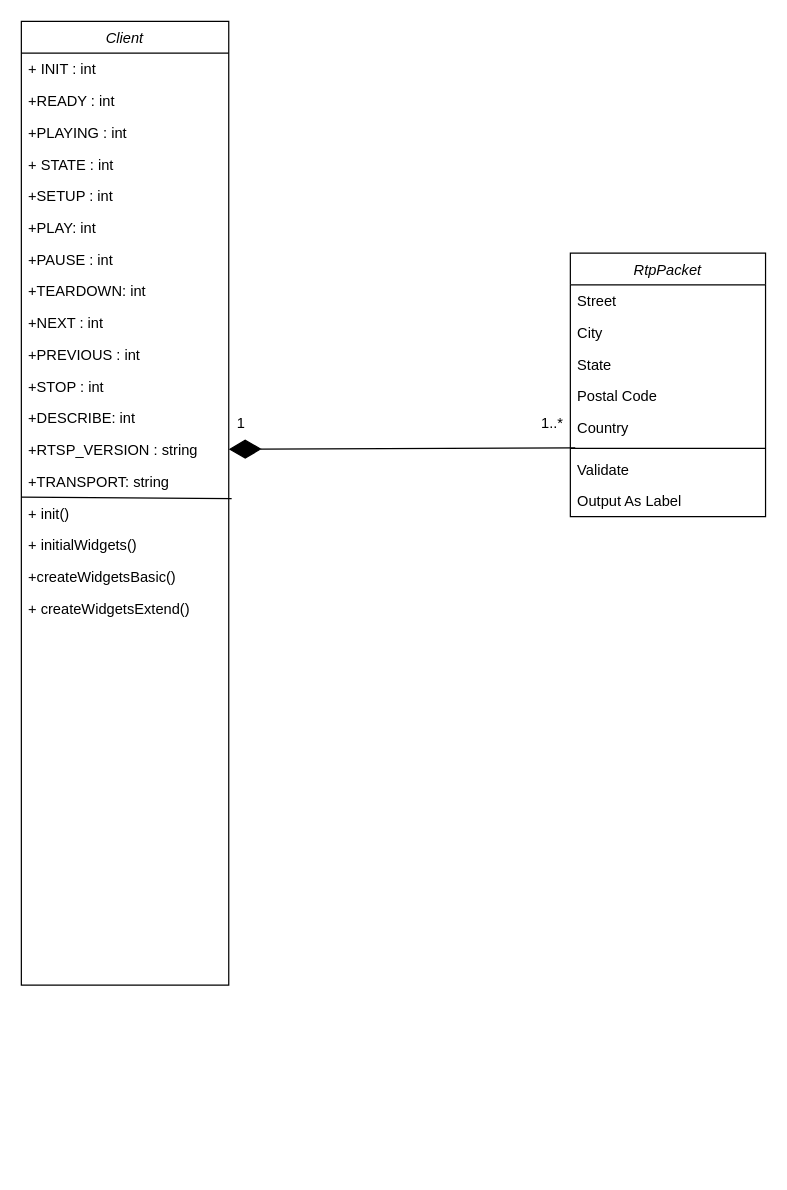
Before: Untitled Diagram.drawio in kietteik/StreamingVideoPython, a draw.io diagram. Source tidied: cells renumbered, new cells numbered last; positions are measured from the earlier drawing's top-left corner, leaving out a move shared by most shapes. Both pictures are drawn from the tidied source at 122%, with x=0, y=0 at pixel (21, 21).
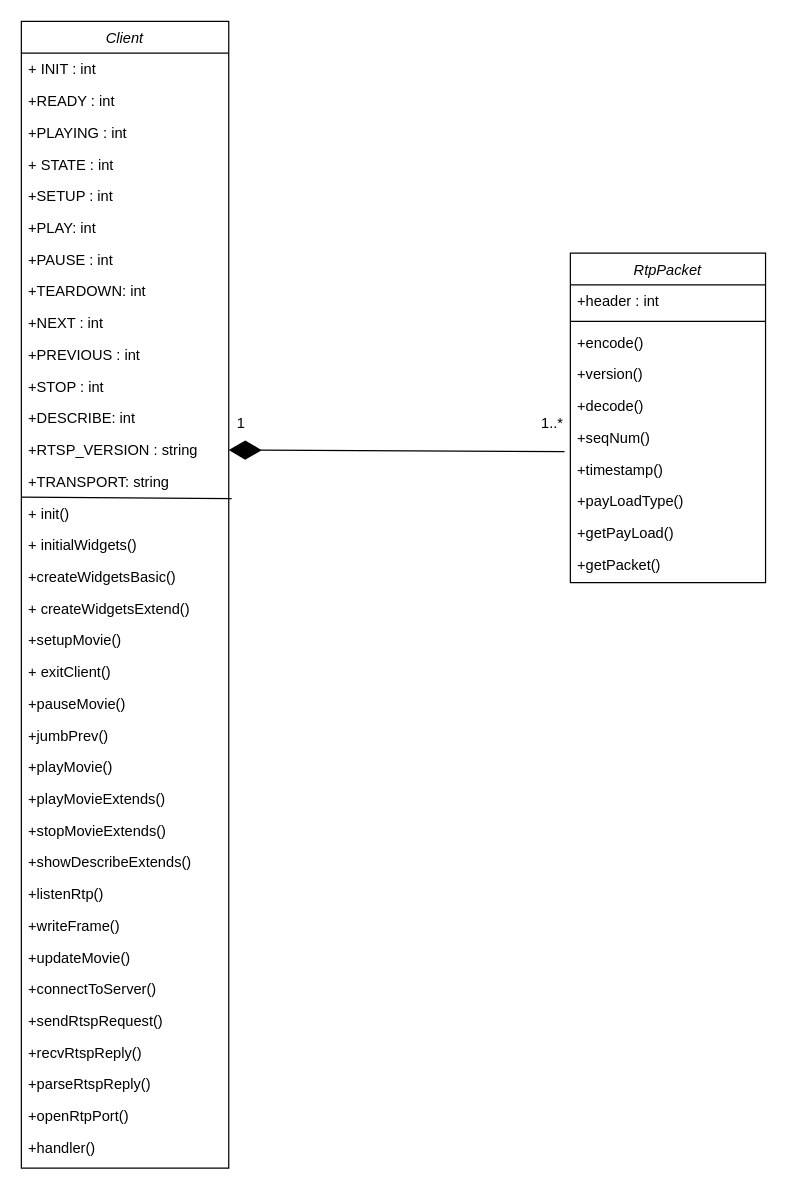
Above is the later version.

Commit message:
Update Class Diagram Client.drawio

Unchanged cells that the change refers to:
```xml
<mxCell id="15" value="+RTSP_VERSION : string" style="text;align=left;verticalAlign=top;spacingLeft=4;spacingRight=4;overflow=hidden;points=[[0,0.5],[1,0.5]];portConstraint=eastwest;rounded=0;shadow=0;html=0;" parent="2" vertex="1">
  <mxGeometry y="338" width="170" height="26" as="geometry" />
</mxCell>
```

The edit, as a diff of the source:
```diff
@@
     <mxCell id="2" value="Client" style="swimlane;fontStyle=2;align=center;verticalAlign=top;horizontal=1;startSize=26;rounded=0;shadow=0;strokeWidth=1;" parent="1" vertex="1">
-      <mxGeometry width="170" height="790" as="geometry" />
+      <mxGeometry width="170" height="940" as="geometry" />
     </mxCell>
@@
+    <mxCell id="35" value="+setupMovie()" style="text;align=left;verticalAlign=top;spacingLeft=4;spacingRight=4;overflow=hidden;rounded=0;shadow=0;html=0;" parent="2" vertex="1">
+      <mxGeometry y="494" width="170" height="26" as="geometry" />
+    </mxCell>
+    <mxCell id="36" value="+ exitClient()" style="text;align=left;verticalAlign=top;spacingLeft=4;spacingRight=4;overflow=hidden;rounded=0;shadow=0;html=0;" parent="2" vertex="1">
+      <mxGeometry y="520" width="170" height="26" as="geometry" />
+    </mxCell>
+    <mxCell id="37" value="+pauseMovie()" style="text;align=left;verticalAlign=top;spacingLeft=4;spacingRight=4;overflow=hidden;rounded=0;shadow=0;html=0;" parent="2" vertex="1">
+      <mxGeometry y="546" width="170" height="26" as="geometry" />
+    </mxCell>
+    <mxCell id="38" value="+jumbPrev()" style="text;align=left;verticalAlign=top;spacingLeft=4;spacingRight=4;overflow=hidden;rounded=0;shadow=0;html=0;" parent="2" vertex="1">
+      <mxGeometry y="572" width="170" height="26" as="geometry" />
+    </mxCell>
+    <mxCell id="39" value="+playMovie()" style="text;align=left;verticalAlign=top;spacingLeft=4;spacingRight=4;overflow=hidden;rounded=0;shadow=0;html=0;" parent="2" vertex="1">
+      <mxGeometry y="598" width="170" height="26" as="geometry" />
+    </mxCell>
+    <mxCell id="40" value="+playMovieExtends()" style="text;align=left;verticalAlign=top;spacingLeft=4;spacingRight=4;overflow=hidden;rounded=0;shadow=0;html=0;" parent="2" vertex="1">
+      <mxGeometry y="624" width="170" height="26" as="geometry" />
+    </mxCell>
+    <mxCell id="41" value="+stopMovieExtends()" style="text;align=left;verticalAlign=top;spacingLeft=4;spacingRight=4;overflow=hidden;rounded=0;shadow=0;html=0;" parent="2" vertex="1">
+      <mxGeometry y="650" width="170" height="26" as="geometry" />
+    </mxCell>
+    <mxCell id="42" value="+showDescribeExtends()" style="text;align=left;verticalAlign=top;spacingLeft=4;spacingRight=4;overflow=hidden;rounded=0;shadow=0;html=0;" parent="2" vertex="1">
+      <mxGeometry y="676" width="170" height="26" as="geometry" />
+    </mxCell>
+    <mxCell id="43" value="+listenRtp()" style="text;align=left;verticalAlign=top;spacingLeft=4;spacingRight=4;overflow=hidden;rounded=0;shadow=0;html=0;" parent="2" vertex="1">
+      <mxGeometry y="702" width="170" height="26" as="geometry" />
+    </mxCell>
+    <mxCell id="44" value="+writeFrame()" style="text;align=left;verticalAlign=top;spacingLeft=4;spacingRight=4;overflow=hidden;rounded=0;shadow=0;html=0;" parent="2" vertex="1">
+      <mxGeometry y="728" width="170" height="26" as="geometry" />
+    </mxCell>
+    <mxCell id="45" value="+updateMovie()" style="text;align=left;verticalAlign=top;spacingLeft=4;spacingRight=4;overflow=hidden;rounded=0;shadow=0;html=0;" parent="2" vertex="1">
+      <mxGeometry y="754" width="170" height="26" as="geometry" />
+    </mxCell>
+    <mxCell id="46" value="+connectToServer()" style="text;align=left;verticalAlign=top;spacingLeft=4;spacingRight=4;overflow=hidden;rounded=0;shadow=0;html=0;" parent="2" vertex="1">
+      <mxGeometry y="780" width="170" height="26" as="geometry" />
+    </mxCell>
+    <mxCell id="47" value="+sendRtspRequest()" style="text;align=left;verticalAlign=top;spacingLeft=4;spacingRight=4;overflow=hidden;rounded=0;shadow=0;html=0;" parent="2" vertex="1">
+      <mxGeometry y="806" width="170" height="26" as="geometry" />
+    </mxCell>
+    <mxCell id="48" value="+recvRtspReply()" style="text;align=left;verticalAlign=top;spacingLeft=4;spacingRight=4;overflow=hidden;rounded=0;shadow=0;html=0;" parent="2" vertex="1">
+      <mxGeometry y="832" width="170" height="26" as="geometry" />
+    </mxCell>
+    <mxCell id="49" value="+parseRtspReply()" style="text;align=left;verticalAlign=top;spacingLeft=4;spacingRight=4;overflow=hidden;rounded=0;shadow=0;html=0;" parent="2" vertex="1">
+      <mxGeometry y="858" width="170" height="26" as="geometry" />
+    </mxCell>
+    <mxCell id="50" value="+openRtpPort()" style="text;align=left;verticalAlign=top;spacingLeft=4;spacingRight=4;overflow=hidden;rounded=0;shadow=0;html=0;" parent="2" vertex="1">
+      <mxGeometry y="884" width="170" height="26" as="geometry" />
+    </mxCell>
+    <mxCell id="51" value="+handler()" style="text;align=left;verticalAlign=top;spacingLeft=4;spacingRight=4;overflow=hidden;rounded=0;shadow=0;html=0;" parent="2" vertex="1">
+      <mxGeometry y="910" width="170" height="26" as="geometry" />
+    </mxCell>
     <mxCell id="23" value="RtpPacket" style="swimlane;fontStyle=2;align=center;verticalAlign=top;horizontal=1;startSize=26;rounded=0;shadow=0;strokeWidth=1;" parent="1" vertex="1">
-      <mxGeometry x="450" y="190" width="160" height="216" as="geometry" />
+      <mxGeometry x="450" y="190" width="160" height="270" as="geometry" />
     </mxCell>
-    <mxCell id="24" value="Street" style="text;align=left;verticalAlign=top;spacingLeft=4;spacingRight=4;overflow=hidden;" parent="23" vertex="1">
-      <mxGeometry y="26" width="160" height="26" as="geometry" />
-    </mxCell>
-    <mxCell id="25" value="City" style="text;align=left;verticalAlign=top;spacingLeft=4;spacingRight=4;overflow=hidden;rounded=0;shadow=0;html=0;" parent="23" vertex="1">
-      <mxGeometry y="52" width="160" height="26" as="geometry" />
-    </mxCell>
-    <mxCell id="26" value="State" style="text;align=left;verticalAlign=top;spacingLeft=4;spacingRight=4;overflow=hidden;rounded=0;shadow=0;html=0;" parent="23" vertex="1">
-      <mxGeometry y="78" width="160" height="26" as="geometry" />
-    </mxCell>
-    <mxCell id="27" value="Postal Code" style="text;align=left;verticalAlign=top;spacingLeft=4;spacingRight=4;overflow=hidden;rounded=0;shadow=0;html=0;" parent="23" vertex="1">
-      <mxGeometry y="104" width="160" height="26" as="geometry" />
+    <mxCell id="27" value="+header : int" style="text;align=left;verticalAlign=top;spacingLeft=4;spacingRight=4;overflow=hidden;rounded=0;shadow=0;html=0;" parent="23" vertex="1">
+      <mxGeometry y="26" width="160" height="26" as="geometry" />
     </mxCell>
-    <mxCell id="28" value="Country" style="text;align=left;verticalAlign=top;spacingLeft=4;spacingRight=4;overflow=hidden;points=[[0,0.5],[1,0.5]];portConstraint=eastwest;rounded=0;shadow=0;html=0;" parent="23" vertex="1">
-      <mxGeometry y="130" width="160" height="26" as="geometry" />
-    </mxCell>
     <mxCell id="29" style="line;html=1;strokeWidth=1;align=left;verticalAlign=middle;spacingTop=-1;spacingLeft=3;spacingRight=3;labelPosition=right;" parent="23" vertex="1">
-      <mxGeometry y="156" width="160" height="8" as="geometry" />
+      <mxGeometry y="52" width="160" height="8" as="geometry" />
     </mxCell>
-    <mxCell id="30" value="Validate" style="text;align=left;verticalAlign=top;spacingLeft=4;spacingRight=4;overflow=hidden;" parent="23" vertex="1">
-      <mxGeometry y="164" width="160" height="26" as="geometry" />
+    <mxCell id="30" value="+encode()" style="text;align=left;verticalAlign=top;spacingLeft=4;spacingRight=4;overflow=hidden;" parent="23" vertex="1">
+      <mxGeometry y="60" width="160" height="26" as="geometry" />
     </mxCell>
-    <mxCell id="31" value="Output As Label" style="text;align=left;verticalAlign=top;spacingLeft=4;spacingRight=4;overflow=hidden;" parent="23" vertex="1">
-      <mxGeometry y="190" width="160" height="26" as="geometry" />
-    </mxCell>
+    <mxCell id="52" value="+version()" style="text;align=left;verticalAlign=top;spacingLeft=4;spacingRight=4;overflow=hidden;" parent="23" vertex="1">
+      <mxGeometry y="86" width="160" height="26" as="geometry" />
+    </mxCell>
+    <mxCell id="53" value="+decode()" style="text;align=left;verticalAlign=top;spacingLeft=4;spacingRight=4;overflow=hidden;" parent="23" vertex="1">
+      <mxGeometry y="112" width="160" height="26" as="geometry" />
+    </mxCell>
+    <mxCell id="54" value="+seqNum()" style="text;align=left;verticalAlign=top;spacingLeft=4;spacingRight=4;overflow=hidden;" parent="23" vertex="1">
+      <mxGeometry y="138" width="160" height="26" as="geometry" />
+    </mxCell>
+    <mxCell id="55" value="+timestamp()" style="text;align=left;verticalAlign=top;spacingLeft=4;spacingRight=4;overflow=hidden;points=[[0,0.5],[1,0.5]];portConstraint=eastwest;" parent="23" vertex="1">
+      <mxGeometry y="164" width="160" height="26" as="geometry" />
+    </mxCell>
+    <mxCell id="56" value="+payLoadType()" style="text;align=left;verticalAlign=top;spacingLeft=4;spacingRight=4;overflow=hidden;" parent="23" vertex="1">
+      <mxGeometry y="190" width="160" height="26" as="geometry" />
+    </mxCell>
+    <mxCell id="57" value="+getPayLoad()" style="text;align=left;verticalAlign=top;spacingLeft=4;spacingRight=4;overflow=hidden;" parent="23" vertex="1">
+      <mxGeometry y="216" width="160" height="26" as="geometry" />
+    </mxCell>
+    <mxCell id="58" value="+getPacket()" style="text;align=left;verticalAlign=top;spacingLeft=4;spacingRight=4;overflow=hidden;" parent="23" vertex="1">
+      <mxGeometry y="242" width="160" height="26" as="geometry" />
+    </mxCell>
@@
-    <mxCell id="34" style="endArrow=diamondThin;endFill=1;endSize=24;html=1;exitX=0.025;exitY=1.138;exitDx=0;exitDy=0;exitPerimeter=0;" parent="1" edge="1" source="28" target="15">
+    <mxCell id="34" style="endArrow=diamondThin;endFill=1;endSize=24;html=1;exitX=-0.03;exitY=-0.054;exitDx=0;exitDy=0;exitPerimeter=0;" parent="1" edge="1" source="55" target="15">
       <mxGeometry relative="1" as="geometry" />
     </mxCell>
```
